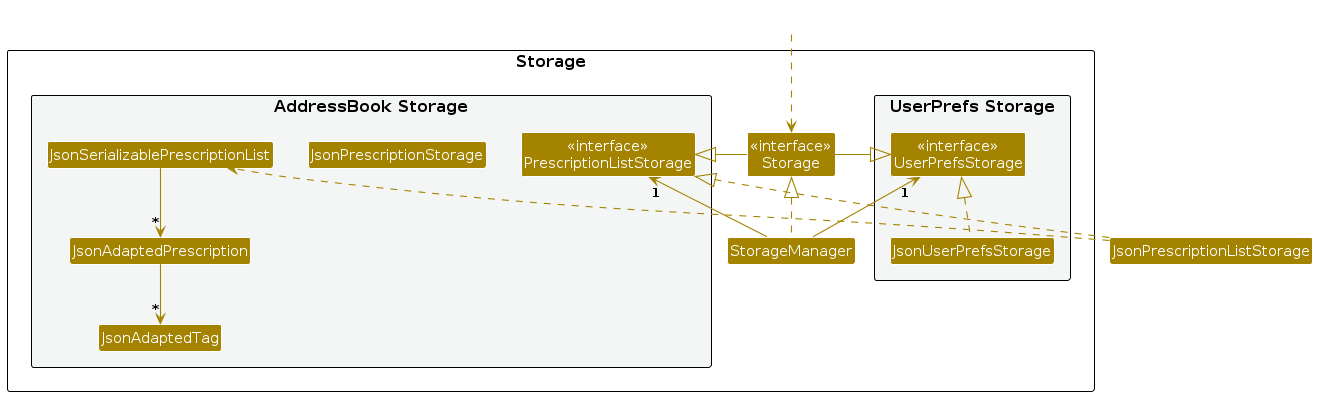
This is diagrams/StorageClassDiagram.png from RoeReRe/tp, a PlantUML export, as it was before one commit. Its source is kept beside it as diagrams/StorageClassDiagram.puml.
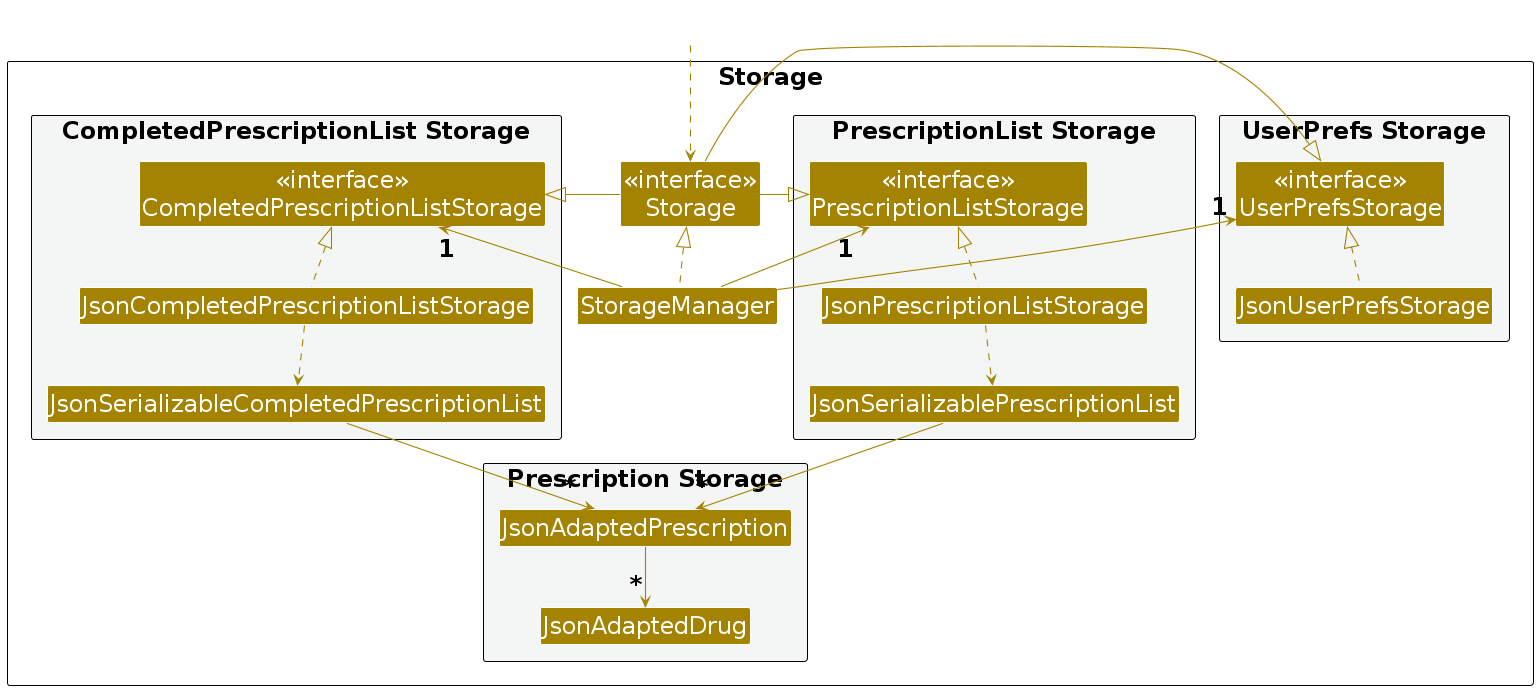
After the change.

The edit, as a diff of the source:
```diff
@@ -3,6 +3,7 @@
 skinparam arrowThickness 1.1
 skinparam arrowColor STORAGE_COLOR
 skinparam classBackgroundColor STORAGE_COLOR
+skinparam DefaultFontSize 24
 
 package Storage as StoragePackage {
 
@@ -14,12 +15,21 @@
 Class "<<interface>>\nStorage" as Storage
 Class StorageManager
 
-package "AddressBook Storage" #F4F6F6{
-Class "<<interface>>\nPrescriptionListStorage" as AddressBookStorage
-Class JsonPrescriptionStorage
+package "PrescriptionList Storage" #F4F6F6{
+Class "<<interface>>\nPrescriptionListStorage" as PrescriptionListStorage
+Class JsonPrescriptionListStorage
 Class JsonSerializablePrescriptionList
+}
+
+package "Prescription Storage" #F4F6F6 {
 Class JsonAdaptedPrescription
-Class JsonAdaptedTag
+Class JsonAdaptedDrug
+}
+
+package "CompletedPrescriptionList Storage" #F4F6F6 {
+Class "<<interface>>\nCompletedPrescriptionListStorage" as CompletedPrescriptionListStorage
+Class JsonCompletedPrescriptionListStorage
+Class JsonSerializableCompletedPrescriptionList
 }
 
 }
@@ -29,15 +39,23 @@
 
 StorageManager .up.|> Storage
 StorageManager -up-> "1" UserPrefsStorage
-StorageManager -up-> "1" AddressBookStorage
+StorageManager -up-> "1" PrescriptionListStorage
+StorageManager -up-> "1" CompletedPrescriptionListStorage
 
 Storage -left-|> UserPrefsStorage
-Storage -right-|> AddressBookStorage
+Storage -right-|> PrescriptionListStorage
+Storage -right-|> CompletedPrescriptionListStorage
 
 JsonUserPrefsStorage .up.|> UserPrefsStorage
-JsonPrescriptionListStorage .up.|> AddressBookStorage
+
+JsonPrescriptionListStorage .up.|> PrescriptionListStorage
 JsonPrescriptionListStorage ..> JsonSerializablePrescriptionList
 JsonSerializablePrescriptionList --> "*" JsonAdaptedPrescription
-JsonAdaptedPrescription --> "*" JsonAdaptedTag
+
+JsonCompletedPrescriptionListStorage .up.|> CompletedPrescriptionListStorage
+JsonCompletedPrescriptionListStorage ..> JsonSerializableCompletedPrescriptionList
+JsonSerializableCompletedPrescriptionList --> "*" JsonAdaptedPrescription
+
+JsonAdaptedPrescription --> "*" JsonAdaptedDrug
 
 @enduml
```
